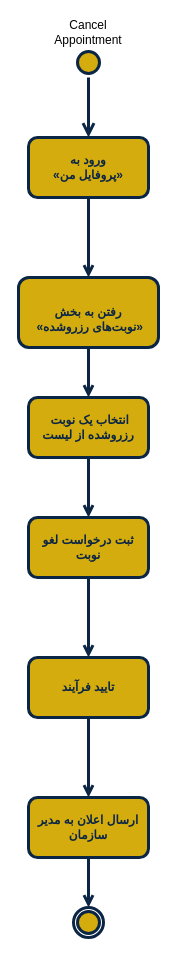
TnT74K/Project-SAD keeps this draw.io diagram as page "Cancel Appo" (1 of 3) of Documentation/Analysis/Use-Case Docs/Customer/Customer Act Diag.drawio. Above is the earlier version. Source tidied: cells renumbered, new cells numbered last; positions are measured from the earlier drawing's top-left corner, leaving out a move shared by most shapes. Both pictures are drawn from the tidied source at 100%, with x=0, y=0 at pixel (18, 17).
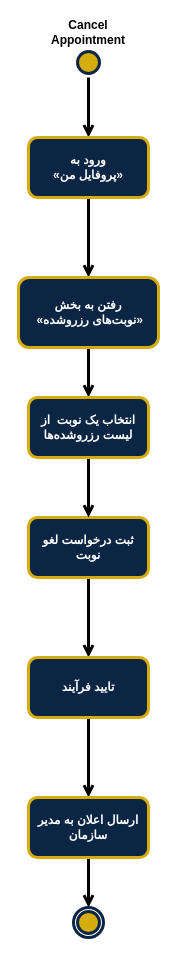
After the change.

The edit, as a diff of the source:
```diff
@@
 <mxGraphModel>
   <root>
     <mxCell id="0" />
     <mxCell id="1" parent="0" />
     <mxCell id="2" style="ellipse;html=1;shape=startState;fillColor=light-dark(#D4AC0D,#805E00);strokeColor=light-dark(#0B2545,#C0D6E8);strokeWidth=3;" parent="1" vertex="1">
       <mxGeometry x="55" y="30" width="30" height="30" as="geometry" />
     </mxCell>
-    <mxCell id="3" style="edgeStyle=orthogonalEdgeStyle;html=1;verticalAlign=bottom;endArrow=open;endSize=8;strokeColor=light-dark(#0B2545,#C0D6E8);rounded=0;strokeWidth=3;" parent="1" edge="1" source="2">
+    <mxCell id="3" style="edgeStyle=orthogonalEdgeStyle;html=1;verticalAlign=middle;endArrow=open;strokeColor=light-dark(#000000,#FFFFFF);rounded=0;strokeWidth=3;align=center;fontFamily=Helvetica;fontSize=11;fontColor=default;fontStyle=1;labelBackgroundColor=default;endFill=0;" parent="1" edge="1" source="2">
       <mxGeometry relative="1" as="geometry">
         <mxPoint x="70" y="120" as="targetPoint" />
       </mxGeometry>
     </mxCell>
-    <mxCell id="4" style="edgeStyle=orthogonalEdgeStyle;shape=connector;rounded=0;jettySize=auto;html=1;strokeColor=light-dark(#0B2545,#C0D6E8);strokeWidth=3;align=center;verticalAlign=middle;fontFamily=Helvetica;fontSize=12;fontColor=light-dark(#0B2545,#C0D6E8);labelBackgroundColor=default;endArrow=open;endFill=0;" parent="1" edge="1" source="5" target="7">
+    <mxCell id="4" style="edgeStyle=orthogonalEdgeStyle;shape=connector;rounded=0;jettySize=auto;html=1;strokeColor=light-dark(#000000,#FFFFFF);strokeWidth=3;align=center;verticalAlign=middle;fontFamily=Helvetica;fontSize=11;fontColor=default;labelBackgroundColor=default;endArrow=open;endFill=0;fontStyle=1;" parent="1" edge="1" source="5" target="7">
       <mxGeometry relative="1" as="geometry" />
     </mxCell>
-    <mxCell id="5" value="&lt;font&gt;ورود به&lt;/font&gt;&lt;div&gt;&lt;font&gt;«پروفایل من»&lt;/font&gt;&lt;/div&gt;" style="rounded=1;whiteSpace=wrap;html=1;strokeColor=light-dark(#0B2545,#C0D6E8);align=center;verticalAlign=middle;fontFamily=zain;fontSize=12;fontColor=light-dark(#0B2545,#C0D6E8);fillColor=light-dark(#D4AC0D,#805E00);strokeWidth=3;fontStyle=1;" parent="1" vertex="1">
+    <mxCell id="5" value="&lt;font&gt;ورود به&lt;/font&gt;&lt;div&gt;&lt;font&gt;«پروفایل من»&lt;/font&gt;&lt;/div&gt;" style="rounded=1;whiteSpace=wrap;html=1;strokeColor=light-dark(#D4AC0D,#D4AC0D);align=center;verticalAlign=middle;fontFamily=zain;fontSize=12;fontColor=light-dark(#FFFFFF,#FFFFFF);fillColor=light-dark(#0B2545,#C0D6E8);strokeWidth=3;fontStyle=1;" parent="1" vertex="1">
       <mxGeometry x="10" y="120" width="120" height="60" as="geometry" />
     </mxCell>
-    <mxCell id="6" style="edgeStyle=orthogonalEdgeStyle;shape=connector;rounded=0;jettySize=auto;html=1;strokeColor=light-dark(#0B2545,#C0D6E8);strokeWidth=3;align=center;verticalAlign=middle;fontFamily=zain;fontSize=12;fontColor=light-dark(#0B2545,#C0D6E8);labelBackgroundColor=default;endArrow=open;endFill=0;" parent="1" edge="1" source="7" target="17">
+    <mxCell id="6" style="edgeStyle=orthogonalEdgeStyle;shape=connector;rounded=0;jettySize=auto;html=1;strokeColor=light-dark(#000000,#FFFFFF);strokeWidth=3;align=center;verticalAlign=middle;fontFamily=Helvetica;fontSize=11;fontColor=default;labelBackgroundColor=default;endArrow=open;endFill=0;fontStyle=1;" parent="1" edge="1" source="7" target="17">
       <mxGeometry relative="1" as="geometry" />
     </mxCell>
-    <mxCell id="7" value="&lt;div&gt;&lt;br&gt;&lt;/div&gt;رفتن به بخش&lt;div&gt;&amp;nbsp;«نوبت‌های رزرو‌شده»&lt;/div&gt;" style="whiteSpace=wrap;html=1;fillColor=light-dark(#D4AC0D,#805E00);strokeColor=light-dark(#0B2545,#C0D6E8);fontColor=light-dark(#0B2545,#C0D6E8);rounded=1;strokeWidth=3;fontFamily=zain;fontStyle=1;" parent="1" vertex="1">
+    <mxCell id="7" value="&lt;div&gt;&lt;span style=&quot;background-color: transparent;&quot;&gt;رفتن به بخش&lt;/span&gt;&lt;/div&gt;&lt;div&gt;&amp;nbsp;«نوبت‌های رزرو‌شده»&lt;/div&gt;" style="whiteSpace=wrap;html=1;fillColor=light-dark(#0B2545,#C0D6E8);strokeColor=light-dark(#D4AC0D,#D4AC0D);fontColor=light-dark(#FFFFFF,#FFFFFF);rounded=1;strokeWidth=3;fontFamily=zain;fontStyle=1;" parent="1" vertex="1">
       <mxGeometry y="260" width="140" height="70" as="geometry" />
     </mxCell>
-    <mxCell id="8" style="edgeStyle=orthogonalEdgeStyle;shape=connector;rounded=0;jettySize=auto;html=1;strokeColor=light-dark(#0B2545,#C0D6E8);strokeWidth=3;align=center;verticalAlign=middle;fontFamily=zain;fontSize=12;fontColor=light-dark(#0B2545,#C0D6E8);labelBackgroundColor=default;endArrow=open;endFill=0;" parent="1" edge="1" source="9" target="11">
+    <mxCell id="8" style="edgeStyle=orthogonalEdgeStyle;shape=connector;rounded=0;jettySize=auto;html=1;strokeColor=light-dark(#000000,#FFFFFF);strokeWidth=3;align=center;verticalAlign=middle;fontFamily=Helvetica;fontSize=11;fontColor=default;labelBackgroundColor=default;endArrow=open;endFill=0;fontStyle=1;" parent="1" edge="1" source="9" target="11">
       <mxGeometry relative="1" as="geometry" />
     </mxCell>
-    <mxCell id="9" value="&lt;font face=&quot;zain&quot;&gt;ثبت درخواست لغو نوبت&lt;/font&gt;" style="rounded=1;whiteSpace=wrap;html=1;strokeColor=light-dark(#0B2545,#C0D6E8);strokeWidth=3;align=center;verticalAlign=middle;fontFamily=Helvetica;fontSize=12;fontColor=light-dark(#0B2545,#C0D6E8);fillColor=light-dark(#D4AC0D,#805E00);fontStyle=1;" parent="1" vertex="1">
+    <mxCell id="9" value="&lt;font face=&quot;zain&quot;&gt;ثبت درخواست لغو نوبت&lt;/font&gt;" style="rounded=1;whiteSpace=wrap;html=1;strokeColor=light-dark(#D4AC0D,#D4AC0D);strokeWidth=3;align=center;verticalAlign=middle;fontFamily=Helvetica;fontSize=12;fontColor=light-dark(#FFFFFF,#FFFFFF);fillColor=light-dark(#0B2545,#C0D6E8);fontStyle=1;" parent="1" vertex="1">
       <mxGeometry x="10" y="500" width="120" height="60" as="geometry" />
     </mxCell>
-    <mxCell id="10" style="edgeStyle=orthogonalEdgeStyle;shape=connector;rounded=0;jettySize=auto;html=1;strokeColor=light-dark(#0B2545,#C0D6E8);strokeWidth=3;align=center;verticalAlign=middle;fontFamily=zain;fontSize=12;fontColor=light-dark(#0B2545,#C0D6E8);labelBackgroundColor=default;endArrow=open;endFill=0;" parent="1" edge="1" source="11" target="13">
+    <mxCell id="10" style="edgeStyle=orthogonalEdgeStyle;shape=connector;rounded=0;jettySize=auto;html=1;strokeColor=light-dark(#000000,#FFFFFF);strokeWidth=3;align=center;verticalAlign=middle;fontFamily=Helvetica;fontSize=11;fontColor=default;labelBackgroundColor=default;endArrow=open;endFill=0;fontStyle=1;" parent="1" edge="1" source="11" target="13">
       <mxGeometry relative="1" as="geometry" />
     </mxCell>
-    <mxCell id="11" value="تایید فرآیند" style="whiteSpace=wrap;html=1;fillColor=light-dark(#D4AC0D,#805E00);strokeColor=light-dark(#0B2545,#C0D6E8);fontColor=light-dark(#0B2545,#C0D6E8);rounded=1;strokeWidth=3;fontFamily=zain;fontStyle=1;" parent="1" vertex="1">
+    <mxCell id="11" value="تایید فرآیند" style="whiteSpace=wrap;html=1;fillColor=light-dark(#0B2545,#C0D6E8);strokeColor=light-dark(#D4AC0D,#D4AC0D);fontColor=light-dark(#FFFFFF,#FFFFFF);rounded=1;strokeWidth=3;fontFamily=zain;fontStyle=1;" parent="1" vertex="1">
       <mxGeometry x="10" y="640" width="120" height="60" as="geometry" />
     </mxCell>
-    <mxCell id="12" style="edgeStyle=orthogonalEdgeStyle;shape=connector;rounded=0;jettySize=auto;html=1;strokeColor=light-dark(#0B2545,#C0D6E8);strokeWidth=3;align=center;verticalAlign=middle;fontFamily=zain;fontSize=12;fontColor=light-dark(#0B2545,#C0D6E8);labelBackgroundColor=default;endArrow=open;endFill=0;" parent="1" edge="1" source="13" target="14">
+    <mxCell id="12" style="edgeStyle=orthogonalEdgeStyle;shape=connector;rounded=0;jettySize=auto;html=1;strokeColor=light-dark(#000000,#FFFFFF);strokeWidth=3;align=center;verticalAlign=middle;fontFamily=Helvetica;fontSize=11;fontColor=default;labelBackgroundColor=default;endArrow=open;endFill=0;fontStyle=1;" parent="1" edge="1" source="13" target="14">
       <mxGeometry relative="1" as="geometry" />
     </mxCell>
-    <mxCell id="13" value="ارسال اعلان به مدیر سازمان" style="whiteSpace=wrap;html=1;fontFamily=zain;fillColor=light-dark(#D4AC0D,#805E00);strokeColor=light-dark(#0B2545,#C0D6E8);fontColor=light-dark(#0B2545,#C0D6E8);rounded=1;strokeWidth=3;fontStyle=1;" parent="1" vertex="1">
+    <mxCell id="13" value="ارسال اعلان به مدیر سازمان" style="whiteSpace=wrap;html=1;fontFamily=zain;fillColor=light-dark(#0B2545,#C0D6E8);strokeColor=light-dark(#D4AC0D,#D4AC0D);fontColor=light-dark(#FFFFFF,#FFFFFF);rounded=1;strokeWidth=3;fontStyle=1;" parent="1" vertex="1">
       <mxGeometry x="10" y="780" width="120" height="60" as="geometry" />
     </mxCell>
     <mxCell id="14" style="ellipse;html=1;shape=endState;fillColor=light-dark(#D4AC0D,#805E00);strokeColor=light-dark(#0B2545,#C0D6E8);rounded=1;strokeWidth=3;align=center;verticalAlign=middle;fontFamily=zain;fontSize=12;fontColor=light-dark(#0B2545,#C0D6E8);" parent="1" vertex="1">
       <mxGeometry x="55" y="890" width="30" height="30" as="geometry" />
     </mxCell>
-    <mxCell id="15" value="Cancel Appointment" style="text;html=1;whiteSpace=wrap;strokeColor=none;fillColor=none;align=center;verticalAlign=middle;rounded=0;fontFamily=zain;" parent="1" vertex="1">
+    <mxCell id="15" value="Cancel Appointment" style="text;html=1;whiteSpace=wrap;strokeColor=none;fillColor=none;align=center;verticalAlign=middle;rounded=0;fontFamily=zain;fontStyle=1;" parent="1" vertex="1">
       <mxGeometry x="40" width="60" height="30" as="geometry" />
     </mxCell>
-    <mxCell id="16" style="edgeStyle=orthogonalEdgeStyle;shape=connector;rounded=0;jettySize=auto;html=1;strokeColor=light-dark(#0B2545,#C0D6E8);strokeWidth=3;align=center;verticalAlign=middle;fontFamily=zain;fontSize=12;fontColor=light-dark(#0B2545,#C0D6E8);labelBackgroundColor=default;endArrow=open;endFill=0;" parent="1" edge="1" source="17" target="9">
+    <mxCell id="16" style="edgeStyle=orthogonalEdgeStyle;shape=connector;rounded=0;jettySize=auto;html=1;strokeColor=light-dark(#000000,#FFFFFF);strokeWidth=3;align=center;verticalAlign=middle;fontFamily=Helvetica;fontSize=11;fontColor=default;labelBackgroundColor=default;endArrow=open;endFill=0;fontStyle=1;" parent="1" edge="1" source="17" target="9">
       <mxGeometry relative="1" as="geometry" />
     </mxCell>
-    <mxCell id="17" value="انتخاب یک نوبت&amp;nbsp; رزروشده از لیست" style="rounded=1;whiteSpace=wrap;html=1;strokeColor=light-dark(#0B2545,#C0D6E8);strokeWidth=3;align=center;verticalAlign=middle;fontFamily=zain;fontSize=12;fontColor=light-dark(#0B2545,#C0D6E8);fontStyle=1;fillColor=light-dark(#D4AC0D,#805E00);" parent="1" vertex="1">
+    <mxCell id="17" value="انتخاب یک نوبت&amp;nbsp; از لیست رزروشده‌ها" style="rounded=1;whiteSpace=wrap;html=1;strokeColor=light-dark(#D4AC0D,#D4AC0D);strokeWidth=3;align=center;verticalAlign=middle;fontFamily=zain;fontSize=12;fontColor=light-dark(#FFFFFF,#FFFFFF);fontStyle=1;fillColor=light-dark(#0B2545,#C0D6E8);" parent="1" vertex="1">
       <mxGeometry x="10" y="380" width="120" height="60" as="geometry" />
     </mxCell>
   </root>
 </mxGraphModel>
```
